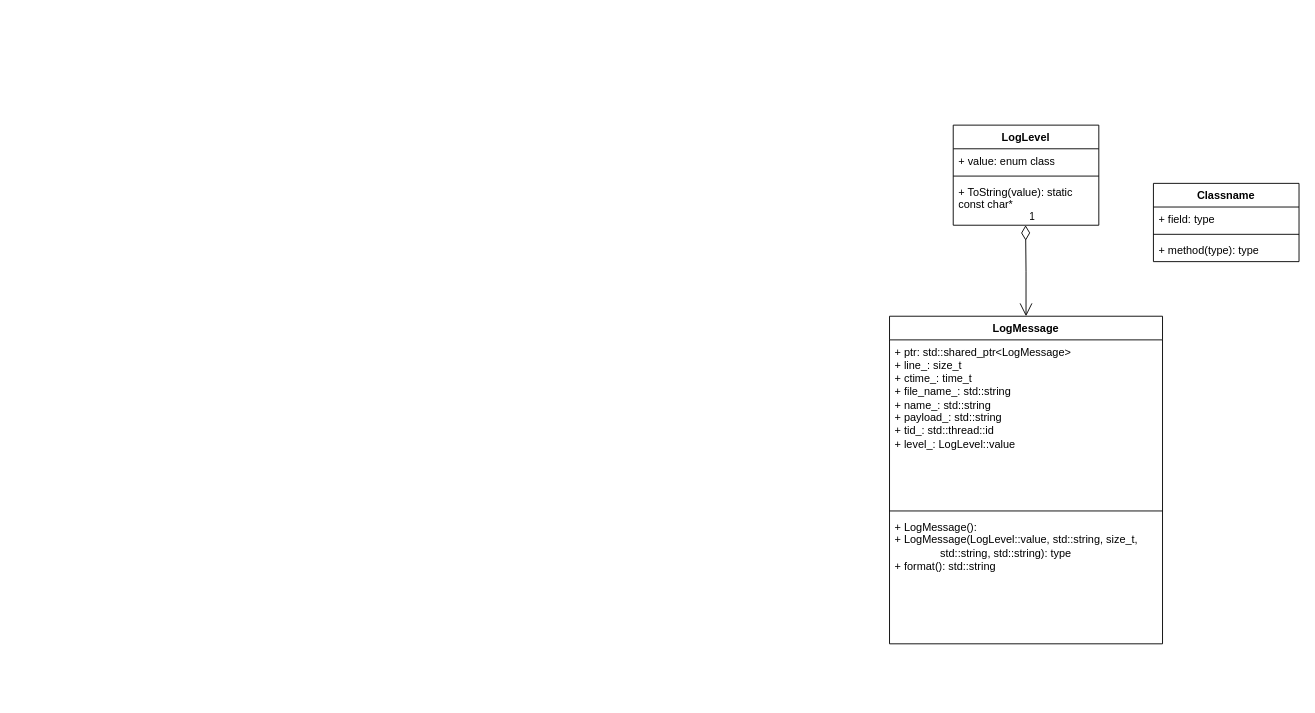
This is logmodle.drawio from HongxGe/Kama-AsynLogSystem-CloudStorage, a draw.io file, before an edit. Source tidied: cells renumbered, new cells numbered last; positions are measured from the earlier drawing's top-left corner, leaving out a move shared by most shapes. Both pictures are drawn from the tidied source at 91%, with x=0, y=0 at pixel (889, 125).
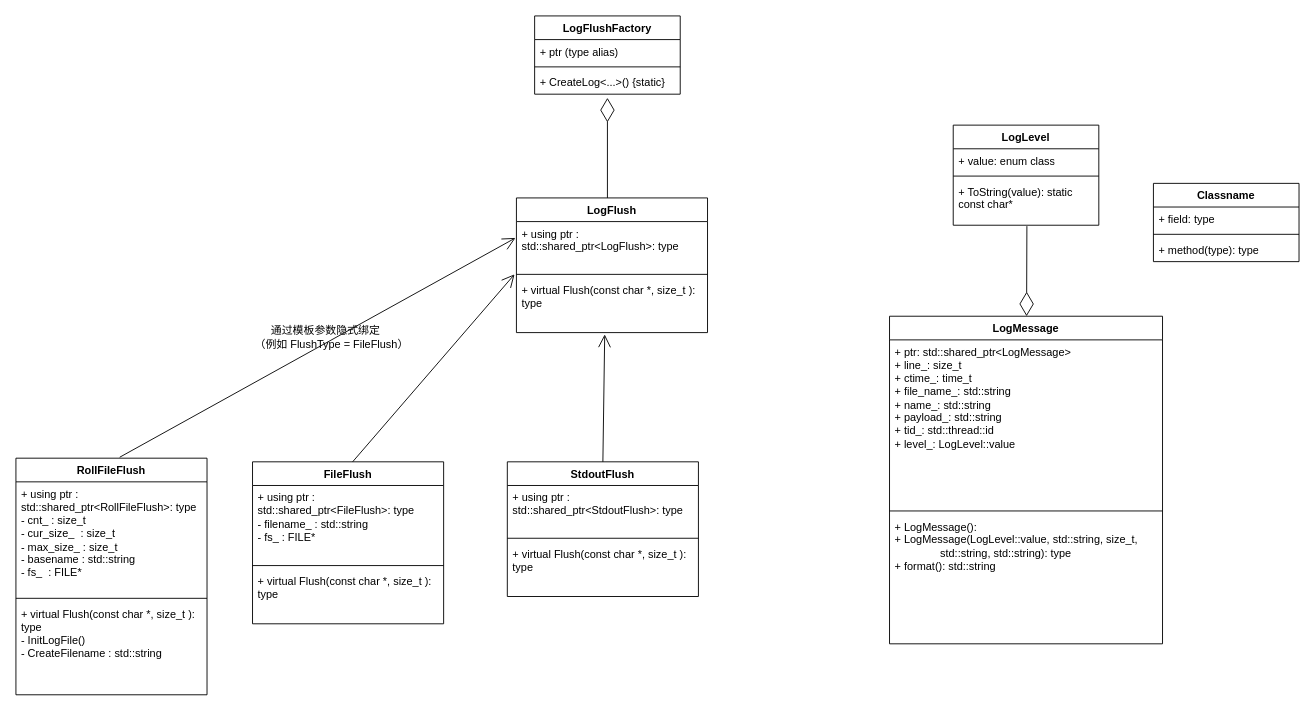
Above is the later version.

Unchanged cells that the change refers to:
```xml
<mxCell id="5" value="+ ToString(value): static const char*" style="text;strokeColor=none;fillColor=none;align=left;verticalAlign=top;spacingLeft=4;spacingRight=4;overflow=hidden;points=[[0,0.5],[1,0.5]];portConstraint=eastwest;whiteSpace=wrap;html=1;" parent="2" vertex="1">
  <mxGeometry y="60" width="160" height="50" as="geometry" />
</mxCell>
<mxCell id="6" value="LogMessage" style="swimlane;fontStyle=1;align=center;verticalAlign=top;horizontal=1;startSize=26;whiteSpace=wrap;html=1;" parent="1" vertex="1">
  <mxGeometry y="210" width="300" height="360" as="geometry" />
</mxCell>
```

Change to the diagram source:
```diff
@@
-    <mxCell id="14" value="1" style="endArrow=open;html=1;endSize=12;startArrow=diamondThin;startSize=14;startFill=0;edgeStyle=orthogonalEdgeStyle;align=left;verticalAlign=bottom;rounded=0;" parent="1" edge="1">
-      <mxGeometry x="-1" y="3" relative="1" as="geometry">
-        <mxPoint x="149.5" y="110" as="sourcePoint" />
-        <mxPoint x="150" y="210" as="targetPoint" />
-      </mxGeometry>
-    </mxCell>
+    <mxCell id="15" value="LogFlush" style="swimlane;fontStyle=1;align=center;verticalAlign=top;horizontal=1;startSize=26;whiteSpace=wrap;html=1;" parent="1" vertex="1">
+      <mxGeometry x="-410" y="80" width="210" height="148" as="geometry" />
+    </mxCell>
+    <mxCell id="16" style="endArrow=diamondThin;endFill=0;endSize=24;html=1;rounded=0;entryX=0.5;entryY=1.154;entryDx=0;entryDy=0;entryPerimeter=0;" parent="15" edge="1" target="37">
+      <mxGeometry relative="1" as="geometry">
+        <mxPoint x="100" as="sourcePoint" />
+      </mxGeometry>
+    </mxCell>
+    <mxCell id="17" value="+ using ptr : std::shared_ptr&amp;lt;LogFlush&amp;gt;: type" style="text;strokeColor=none;fillColor=none;align=left;verticalAlign=top;spacingLeft=4;spacingRight=4;overflow=hidden;points=[[0,0.5],[1,0.5]];portConstraint=eastwest;whiteSpace=wrap;html=1;" parent="15" vertex="1">
+      <mxGeometry y="26" width="210" height="54" as="geometry" />
+    </mxCell>
+    <mxCell id="18" style="line;strokeWidth=1;fillColor=none;align=left;verticalAlign=middle;spacingTop=-1;spacingLeft=3;spacingRight=3;labelPosition=right;strokeColor=inherit;" parent="15" vertex="1">
+      <mxGeometry y="80" width="210" height="8" as="geometry" />
+    </mxCell>
+    <mxCell id="19" value="+&amp;nbsp;virtual Flush(const char *, size_t ): type" style="text;strokeColor=none;fillColor=none;align=left;verticalAlign=top;spacingLeft=4;spacingRight=4;overflow=hidden;points=[[0,0.5],[1,0.5]];portConstraint=eastwest;whiteSpace=wrap;html=1;" parent="15" vertex="1">
+      <mxGeometry y="88" width="210" height="60" as="geometry" />
+    </mxCell>
+    <mxCell id="20" style="endArrow=diamondThin;endFill=0;endSize=24;html=1;rounded=0;exitX=0.506;exitY=1.02;exitDx=0;exitDy=0;exitPerimeter=0;" parent="1" edge="1" source="5" target="6">
+      <mxGeometry relative="1" as="geometry" />
+    </mxCell>
+    <mxCell id="21" value="StdoutFlush" style="swimlane;fontStyle=1;align=center;verticalAlign=top;horizontal=1;startSize=26;whiteSpace=wrap;html=1;" parent="1" vertex="1">
+      <mxGeometry x="-420" y="370" width="210" height="148" as="geometry" />
+    </mxCell>
+    <mxCell id="22" value="+ using ptr : std::shared_ptr&amp;lt;StdoutFlush&amp;gt;: type" style="text;strokeColor=none;fillColor=none;align=left;verticalAlign=top;spacingLeft=4;spacingRight=4;overflow=hidden;whiteSpace=wrap;html=1;" parent="21" vertex="1">
+      <mxGeometry y="26" width="210" height="54" as="geometry" />
+    </mxCell>
+    <mxCell id="23" style="line;strokeWidth=1;fillColor=none;align=left;verticalAlign=middle;spacingTop=-1;spacingLeft=3;spacingRight=3;labelPosition=right;strokeColor=inherit;" parent="21" vertex="1">
+      <mxGeometry y="80" width="210" height="8" as="geometry" />
+    </mxCell>
+    <mxCell id="24" value="+&amp;nbsp;virtual Flush(const char *, size_t ): type" style="text;strokeColor=none;fillColor=none;align=left;verticalAlign=top;spacingLeft=4;spacingRight=4;overflow=hidden;whiteSpace=wrap;html=1;" parent="21" vertex="1">
+      <mxGeometry y="88" width="210" height="60" as="geometry" />
+    </mxCell>
+    <mxCell id="25" value="FileFlush" style="swimlane;fontStyle=1;align=center;verticalAlign=top;horizontal=1;startSize=26;whiteSpace=wrap;html=1;" parent="1" vertex="1">
+      <mxGeometry x="-700" y="370" width="210" height="178" as="geometry" />
+    </mxCell>
+    <mxCell id="26" style="endArrow=open;endFill=1;endSize=12;html=1;rounded=0;entryX=-0.01;entryY=-0.067;entryDx=0;entryDy=0;entryPerimeter=0;" parent="25" edge="1" target="19">
+      <mxGeometry relative="1" as="geometry">
+        <mxPoint x="110" as="sourcePoint" />
+      </mxGeometry>
+    </mxCell>
+    <mxCell id="27" value="+ using ptr : std::shared_ptr&amp;lt;FileFlush&amp;gt;: type&lt;div&gt;-&amp;nbsp;filename_ :&amp;nbsp;std::string&lt;/div&gt;&lt;div&gt;- fs_ :&amp;nbsp;FILE*&lt;/div&gt;" style="text;strokeColor=none;fillColor=none;align=left;verticalAlign=top;spacingLeft=4;spacingRight=4;overflow=hidden;whiteSpace=wrap;html=1;" parent="25" vertex="1">
+      <mxGeometry y="26" width="210" height="84" as="geometry" />
+    </mxCell>
+    <mxCell id="28" style="line;strokeWidth=1;fillColor=none;align=left;verticalAlign=middle;spacingTop=-1;spacingLeft=3;spacingRight=3;labelPosition=right;strokeColor=inherit;" parent="25" vertex="1">
+      <mxGeometry y="110" width="210" height="8" as="geometry" />
+    </mxCell>
+    <mxCell id="29" value="+&amp;nbsp;virtual Flush(const char *, size_t ): type" style="text;strokeColor=none;fillColor=none;align=left;verticalAlign=top;spacingLeft=4;spacingRight=4;overflow=hidden;whiteSpace=wrap;html=1;" parent="25" vertex="1">
+      <mxGeometry y="118" width="210" height="60" as="geometry" />
+    </mxCell>
+    <mxCell id="30" value="RollFileFlush" style="swimlane;fontStyle=1;align=center;verticalAlign=top;horizontal=1;startSize=26;whiteSpace=wrap;html=1;" parent="1" vertex="1">
+      <mxGeometry x="-960" y="366" width="210" height="260" as="geometry" />
+    </mxCell>
+    <mxCell id="31" value="+ using ptr : std::shared_ptr&amp;lt;RollFileFlush&amp;gt;: type&lt;div&gt;&lt;span style=&quot;background-color: transparent; color: light-dark(rgb(0, 0, 0), rgb(255, 255, 255));&quot;&gt;- cnt_ :&amp;nbsp;&lt;/span&gt;size_t&amp;nbsp;&lt;div&gt;&lt;div&gt;-&amp;nbsp;&lt;span style=&quot;background-color: transparent; color: light-dark(rgb(0, 0, 0), rgb(255, 255, 255));&quot;&gt;cur_size_&lt;/span&gt;&lt;span style=&quot;background-color: transparent; color: light-dark(rgb(0, 0, 0), rgb(255, 255, 255));&quot;&gt;&amp;nbsp; :&amp;nbsp;&lt;/span&gt;&lt;span style=&quot;background-color: transparent;&quot;&gt;size_t&lt;/span&gt;&lt;/div&gt;&lt;div&gt;-&amp;nbsp;&lt;span style=&quot;background-color: transparent; color: light-dark(rgb(0, 0, 0), rgb(255, 255, 255));&quot;&gt;max_size_ :&lt;/span&gt;&lt;span style=&quot;background-color: transparent; color: light-dark(rgb(0, 0, 0), rgb(255, 255, 255));&quot;&gt;&amp;nbsp;size_t&amp;nbsp;&lt;/span&gt;&lt;/div&gt;&lt;div&gt;-&amp;nbsp;&lt;span style=&quot;background-color: transparent; color: light-dark(rgb(0, 0, 0), rgb(255, 255, 255));&quot;&gt;basename :&amp;nbsp;&lt;/span&gt;&lt;span style=&quot;background-color: transparent; color: light-dark(rgb(0, 0, 0), rgb(255, 255, 255));&quot;&gt;std::string&lt;/span&gt;&lt;/div&gt;&lt;div&gt;-&amp;nbsp;&lt;span style=&quot;background-color: transparent; color: light-dark(rgb(0, 0, 0), rgb(255, 255, 255));&quot;&gt;fs_&lt;/span&gt;&lt;span style=&quot;background-color: transparent; color: light-dark(rgb(0, 0, 0), rgb(255, 255, 255));&quot;&gt;&amp;nbsp; :&amp;nbsp;&lt;/span&gt;&lt;span style=&quot;background-color: transparent; color: light-dark(rgb(0, 0, 0), rgb(255, 255, 255));&quot;&gt;FILE*&lt;/span&gt;&lt;/div&gt;&lt;/div&gt;&lt;/div&gt;" style="text;strokeColor=none;fillColor=none;align=left;verticalAlign=top;spacingLeft=4;spacingRight=4;overflow=hidden;whiteSpace=wrap;html=1;" parent="30" vertex="1">
+      <mxGeometry y="26" width="210" height="124" as="geometry" />
+    </mxCell>
+    <mxCell id="32" style="line;strokeWidth=1;fillColor=none;align=left;verticalAlign=middle;spacingTop=-1;spacingLeft=3;spacingRight=3;labelPosition=right;strokeColor=inherit;" parent="30" vertex="1">
+      <mxGeometry y="150" width="210" height="8" as="geometry" />
+    </mxCell>
+    <mxCell id="33" value="+&amp;nbsp;virtual Flush(const char *, size_t ): type&lt;div&gt;-&amp;nbsp;InitLogFile()&lt;/div&gt;&lt;div&gt;-&amp;nbsp;CreateFilename :&amp;nbsp;std::string&lt;/div&gt;&lt;div&gt;&lt;br&gt;&lt;/div&gt;" style="text;strokeColor=none;fillColor=none;align=left;verticalAlign=top;spacingLeft=4;spacingRight=4;overflow=hidden;whiteSpace=wrap;html=1;" parent="30" vertex="1">
+      <mxGeometry y="158" width="210" height="102" as="geometry" />
+    </mxCell>
+    <mxCell id="34" value="LogFlushFactory" style="swimlane;fontStyle=1;align=center;verticalAlign=top;horizontal=1;startSize=26;whiteSpace=wrap;html=1;" parent="1" vertex="1">
+      <mxGeometry x="-390" y="-120" width="160" height="86" as="geometry" />
+    </mxCell>
+    <mxCell id="35" value="+ ptr (type alias)" style="text;strokeColor=none;fillColor=none;align=left;verticalAlign=top;spacingLeft=4;spacingRight=4;overflow=hidden;whiteSpace=wrap;html=1;" parent="34" vertex="1">
+      <mxGeometry y="26" width="160" height="26" as="geometry" />
+    </mxCell>
+    <mxCell id="36" style="line;strokeWidth=1;fillColor=none;align=left;verticalAlign=middle;spacingTop=-1;spacingLeft=3;spacingRight=3;labelPosition=right;strokeColor=inherit;" parent="34" vertex="1">
+      <mxGeometry y="52" width="160" height="8" as="geometry" />
+    </mxCell>
+    <mxCell id="37" value="+ CreateLog&amp;lt;...&amp;gt;() {static}" style="text;strokeColor=none;fillColor=none;align=left;verticalAlign=top;spacingLeft=4;spacingRight=4;overflow=hidden;points=[[0,0.5],[1,0.5]];portConstraint=eastwest;whiteSpace=wrap;html=1;" parent="34" vertex="1">
+      <mxGeometry y="60" width="160" height="26" as="geometry" />
+    </mxCell>
+    <mxCell id="38" style="endArrow=open;endFill=1;endSize=12;html=1;rounded=0;entryX=0.462;entryY=1.033;entryDx=0;entryDy=0;entryPerimeter=0;exitX=0.5;exitY=0;exitDx=0;exitDy=0;" parent="1" edge="1" source="21" target="19">
+      <mxGeometry relative="1" as="geometry" />
+    </mxCell>
+    <mxCell id="39" style="endArrow=open;endFill=1;endSize=12;html=1;rounded=0;entryX=-0.005;entryY=0.333;entryDx=0;entryDy=0;entryPerimeter=0;exitX=0.543;exitY=-0.004;exitDx=0;exitDy=0;exitPerimeter=0;" parent="1" edge="1" source="30" target="17">
+      <mxGeometry relative="1" as="geometry" />
+    </mxCell>
+    <mxCell id="40" value="&lt;div&gt;通过模板参数隐式绑定&lt;/div&gt;&lt;div&gt;&amp;nbsp; &amp;nbsp; （例如 FlushType = FileFlush）&lt;/div&gt;" style="text;html=1;align=center;verticalAlign=middle;strokeColor=none;fillColor=none;" parent="1" vertex="1">
+      <mxGeometry x="-725" y="213" width="210" height="40" as="geometry" />
+    </mxCell>
```
